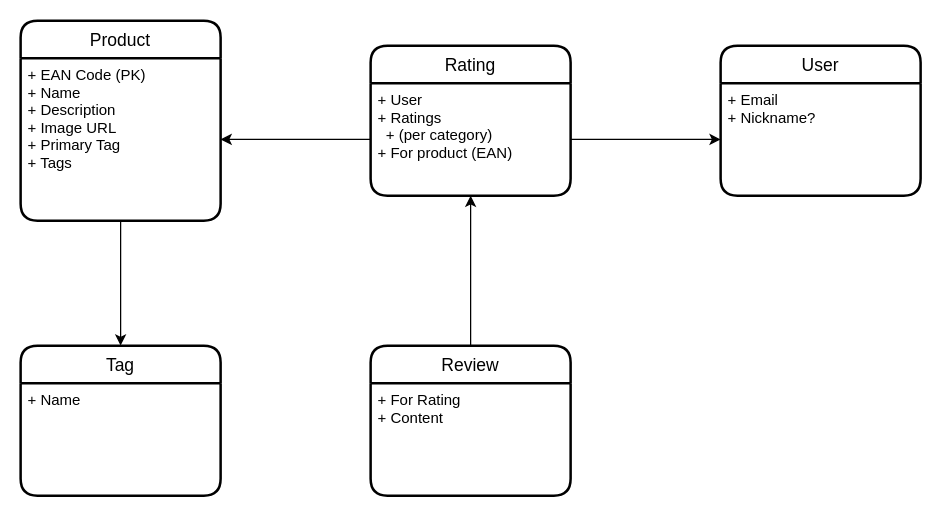
sigve10/Grocy keeps this draw.io diagram as model.drawio. Above is the earlier version. Source tidied: cells renumbered, new cells numbered last; positions are measured from the earlier drawing's top-left corner, leaving out a move shared by most shapes. Both pictures are drawn from the tidied source at 125%, with x=0, y=0 at pixel (20, 20).
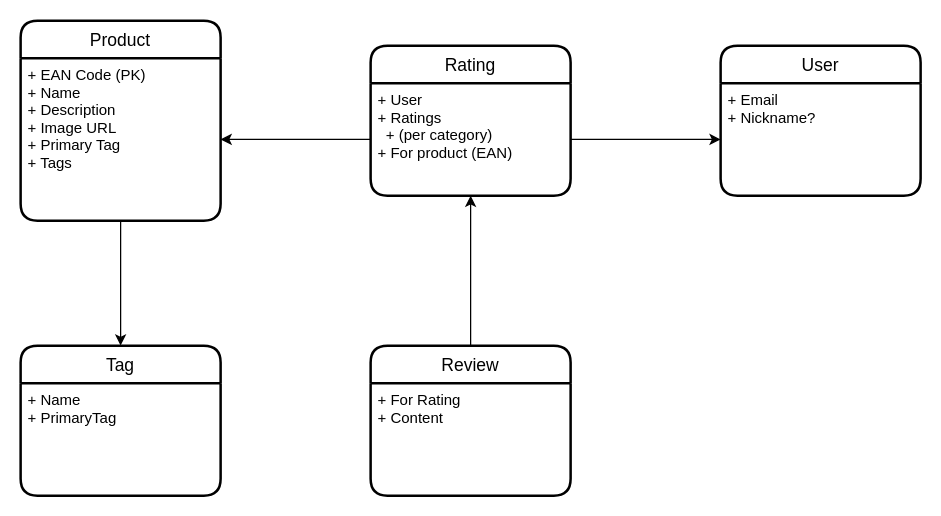
Above is the later version.

Commit message (it also covers changes not shown here):
Updated diagrams to reflect primary tags

Diff of the diagram source:
```diff
@@
 <mxGraphModel>
   <root>
     <mxCell id="0" />
     <mxCell id="1" parent="0" />
     <mxCell id="2" value="Product" style="swimlane;horizontal=1;startSize=30;rounded=1;fontSize=14;fontStyle=0;strokeWidth=2;shadow=0;dashed=0;align=center;" parent="1" vertex="1">
       <mxGeometry width="160" height="160" as="geometry" />
     </mxCell>
     <mxCell id="3" value="+ EAN Code (PK)&#10;+ Name&#10;+ Description&#10;+ Image URL&#10;+ Primary Tag&#10;+ Tags" style="align=left;strokeColor=none;fillColor=none;spacingLeft=4;fontSize=12;verticalAlign=top;" parent="2" vertex="1">
       <mxGeometry y="30" width="160" height="130" as="geometry" />
     </mxCell>
     <mxCell id="4" value="Rating" style="swimlane;horizontal=1;startSize=30;rounded=1;fontSize=14;fontStyle=0;strokeWidth=2;shadow=0;dashed=0;align=center;" parent="1" vertex="1">
       <mxGeometry x="280" y="20" width="160" height="120" as="geometry" />
     </mxCell>
     <mxCell id="5" value="+ User&#10;+ Ratings&#10;  + (per category)&#10;+ For product (EAN)" style="align=left;strokeColor=none;fillColor=none;spacingLeft=4;fontSize=12;verticalAlign=top;" parent="4" vertex="1">
       <mxGeometry y="30" width="160" height="90" as="geometry" />
     </mxCell>
     <mxCell id="6" style="edgeStyle=none;html=1;exitX=0.5;exitY=0;exitDx=0;exitDy=0;entryX=0.5;entryY=1;entryDx=0;entryDy=0;" parent="1" edge="1" source="7" target="5">
       <mxGeometry relative="1" as="geometry" />
     </mxCell>
     <mxCell id="7" value="Review" style="swimlane;horizontal=1;startSize=30;rounded=1;fontSize=14;fontStyle=0;strokeWidth=2;shadow=0;dashed=0;align=center;" parent="1" vertex="1">
       <mxGeometry x="280" y="260" width="160" height="120" as="geometry" />
     </mxCell>
     <mxCell id="8" value="+ For Rating&#10;+ Content" style="align=left;strokeColor=none;fillColor=none;spacingLeft=4;fontSize=12;verticalAlign=top;" parent="7" vertex="1">
       <mxGeometry y="30" width="160" height="90" as="geometry" />
     </mxCell>
     <mxCell id="9" value="Tag" style="swimlane;horizontal=1;startSize=30;rounded=1;fontSize=14;fontStyle=0;strokeWidth=2;shadow=0;dashed=0;align=center;" parent="1" vertex="1">
       <mxGeometry y="260" width="160" height="120" as="geometry" />
     </mxCell>
-    <mxCell id="10" value="+ Name" style="align=left;strokeColor=none;fillColor=none;spacingLeft=4;fontSize=12;verticalAlign=top;" parent="9" vertex="1">
+    <mxCell id="10" value="+ Name&#10;+ PrimaryTag" style="align=left;strokeColor=none;fillColor=none;spacingLeft=4;fontSize=12;verticalAlign=top;" parent="9" vertex="1">
       <mxGeometry y="30" width="160" height="90" as="geometry" />
     </mxCell>
     <mxCell id="11" style="edgeStyle=none;html=1;exitX=0.5;exitY=1;exitDx=0;exitDy=0;entryX=0.5;entryY=0;entryDx=0;entryDy=0;" parent="1" edge="1" source="3" target="9">
       <mxGeometry relative="1" as="geometry" />
     </mxCell>
     <mxCell id="12" style="edgeStyle=none;html=1;exitX=0;exitY=0.5;exitDx=0;exitDy=0;" parent="1" edge="1" source="5" target="3">
       <mxGeometry relative="1" as="geometry" />
     </mxCell>
     <mxCell id="13" value="User" style="swimlane;horizontal=1;startSize=30;rounded=1;fontSize=14;fontStyle=0;strokeWidth=2;shadow=0;dashed=0;align=center;" parent="1" vertex="1">
       <mxGeometry x="560" y="20" width="160" height="120" as="geometry" />
     </mxCell>
     <mxCell id="14" value="+ Email&#10;+ Nickname?" style="align=left;strokeColor=none;fillColor=none;spacingLeft=4;fontSize=12;verticalAlign=top;" parent="13" vertex="1">
       <mxGeometry y="30" width="160" height="90" as="geometry" />
     </mxCell>
     <mxCell id="15" style="edgeStyle=none;html=1;exitX=1;exitY=0.5;exitDx=0;exitDy=0;entryX=0;entryY=0.5;entryDx=0;entryDy=0;" parent="1" edge="1" source="5" target="14">
       <mxGeometry relative="1" as="geometry" />
     </mxCell>
   </root>
 </mxGraphModel>
```
